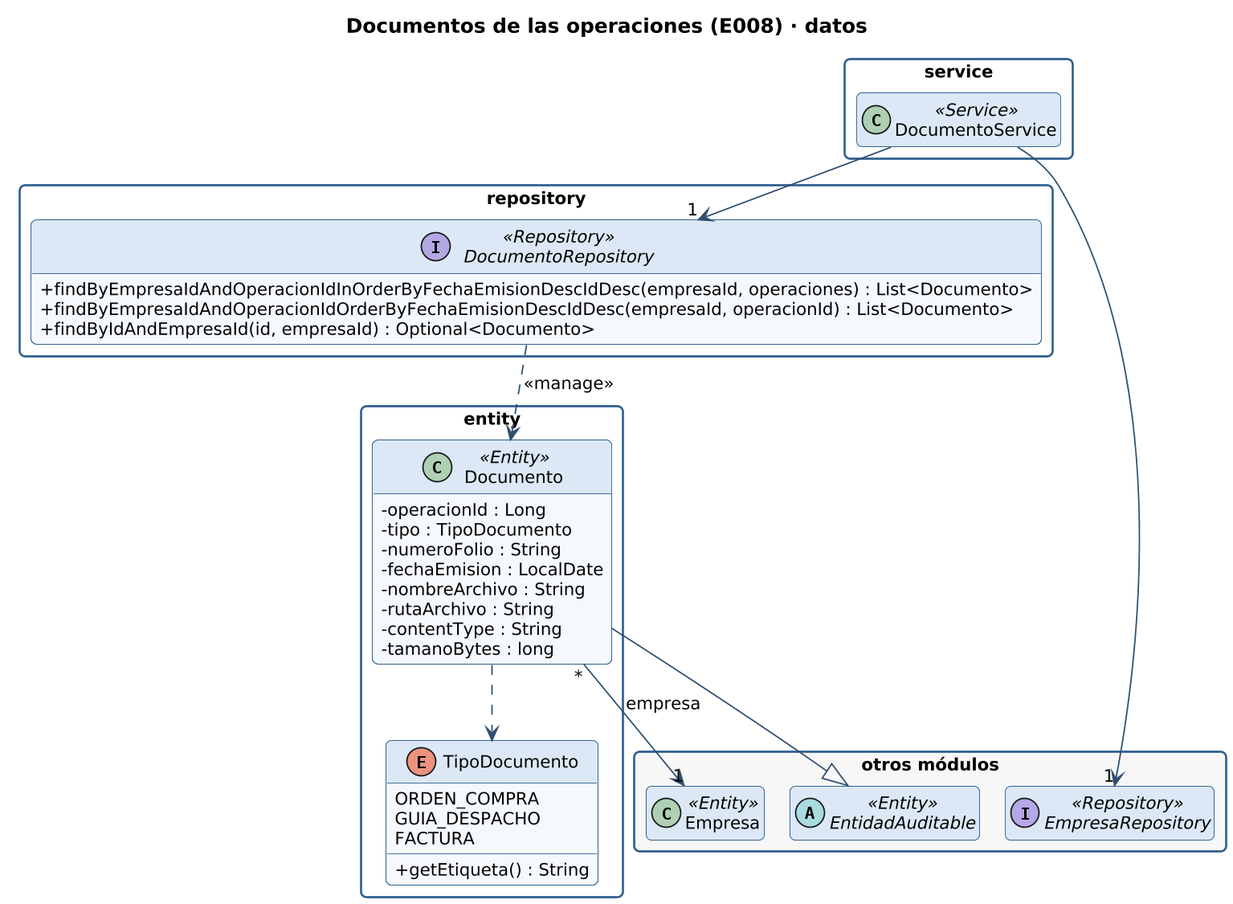
The PlantUML diagram docs/diagramas/clases-documentos-datos.png in gonzaloarenasduoc/Mira, before a commit.
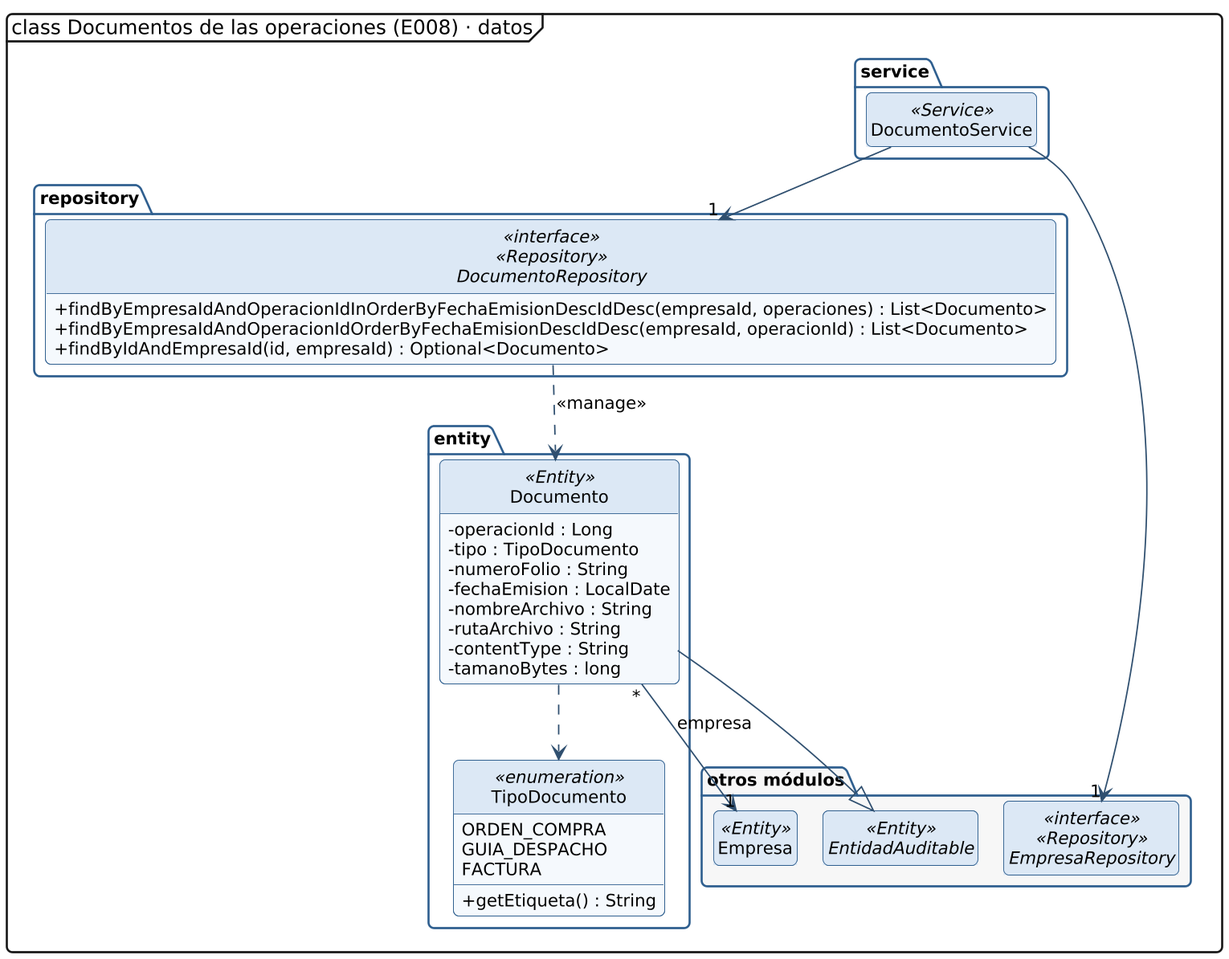
The same diagram one commit later.

The edit, as a diff of the source:
```diff
@@ -1,18 +1,19 @@
 @startuml clases-documentos-datos
 !include _estilo.iuml
 hide empty members
+hide circle
 skinparam classAttributeIconSize 0
-skinparam packageStyle rectangle
+skinparam packageStyle folder
 skinparam nodesep 25
 skinparam ranksep 45
-title Documentos de las operaciones (E008) · datos
+mainframe class Documentos de las operaciones (E008) · datos
 
 package "service" {
   class DocumentoService <<Service>> {
   }
 }
 package "repository" {
-  interface DocumentoRepository <<Repository>> {
+  interface DocumentoRepository <<interface>> <<Repository>> {
     + findByEmpresaIdAndOperacionIdInOrderByFechaEmisionDescIdDesc(empresaId, operaciones) : List<Documento>
     + findByEmpresaIdAndOperacionIdOrderByFechaEmisionDescIdDesc(empresaId, operacionId) : List<Documento>
     + findByIdAndEmpresaId(id, empresaId) : Optional<Documento>
@@ -29,7 +30,7 @@
     - contentType : String
     - tamanoBytes : long
   }
-  enum TipoDocumento {
+  enum TipoDocumento <<enumeration>> {
     ORDEN_COMPRA
     GUIA_DESPACHO
     FACTURA
@@ -38,7 +39,7 @@
 }
 package "otros módulos" #F7F7F7 {
   class Empresa <<Entity>>
-  interface EmpresaRepository <<Repository>>
+  interface EmpresaRepository <<interface>> <<Repository>>
   abstract class EntidadAuditable <<Entity>>
 }
 DocumentoRepository ..> Documento : <<manage>>
```
